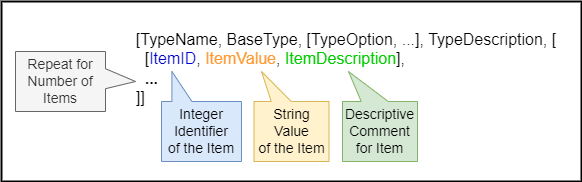
Above: images/JADN-with-items-json.drawio.png in oasis-tcs/openc2-jadn-im (draw.io), before the change. Source tidied: cells renumbered, new cells last; positions are measured from the earlier drawing's top-left corner, leaving out a move shared by most shapes.
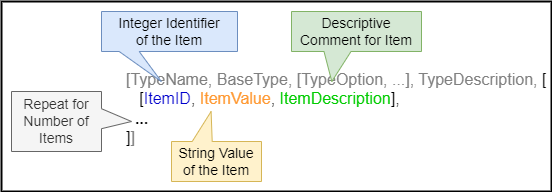
After the commit.

The edit, as a diff of the source:
```diff
@@ -3,22 +3,22 @@
     <mxCell id="0" />
     <mxCell id="1" parent="0" />
     <mxCell id="2" style="rounded=0;whiteSpace=wrap;html=1;fontSize=16;fontColor=#00CC00;fillColor=none;strokeWidth=2;" parent="1" vertex="1">
-      <mxGeometry width="580" height="180" as="geometry" />
+      <mxGeometry y="10" width="550" height="190" as="geometry" />
     </mxCell>
-    <mxCell id="3" value="[&lt;font style=&quot;font-size: 16px;&quot;&gt;TypeName&lt;/font&gt;, &lt;font style=&quot;font-size: 16px;&quot;&gt;BaseType&lt;/font&gt;, &lt;font style=&quot;font-size: 16px;&quot;&gt;[TypeOption, ...]&lt;/font&gt;, &lt;font style=&quot;font-size: 16px;&quot;&gt;TypeDescription&lt;/font&gt;, [&lt;br&gt;&lt;div style=&quot;text-align: left;&quot;&gt;&lt;span style=&quot;background-color: initial;&quot;&gt;&amp;nbsp;&amp;nbsp;&lt;/span&gt;&lt;font style=&quot;background-color: initial;&quot;&gt;[&lt;font color=&quot;#0000cc&quot;&gt;ItemID&lt;/font&gt;, &lt;font color=&quot;#ff9933&quot;&gt;ItemValue&lt;/font&gt;, &lt;font color=&quot;#00cc00&quot;&gt;ItemDescription&lt;/font&gt;],&lt;/font&gt;&lt;/div&gt;&lt;div style=&quot;text-align: left;&quot;&gt;&lt;span style=&quot;background-color: initial;&quot;&gt;&amp;nbsp; &lt;b&gt;...&lt;/b&gt;&lt;/span&gt;&lt;/div&gt;&lt;div style=&quot;text-align: left;&quot;&gt;&lt;span style=&quot;background-color: initial;&quot;&gt;]]&lt;/span&gt;&lt;/div&gt;" style="text;html=1;strokeColor=none;fillColor=none;align=center;verticalAlign=middle;whiteSpace=wrap;rounded=0;fontSize=16;" parent="1" vertex="1">
-      <mxGeometry x="110" y="52" width="470" height="30" as="geometry" />
+    <mxCell id="3" value="&lt;font color=&quot;#808080&quot;&gt;[&lt;font style=&quot;font-size: 16px;&quot;&gt;TypeName&lt;/font&gt;, &lt;font style=&quot;font-size: 16px;&quot;&gt;BaseType&lt;/font&gt;, &lt;font style=&quot;font-size: 16px;&quot;&gt;[TypeOption, ...]&lt;/font&gt;, &lt;font style=&quot;font-size: 16px;&quot;&gt;TypeDescription&lt;/font&gt;, &lt;/font&gt;[&lt;br&gt;&lt;div style=&quot;&quot;&gt;&lt;span style=&quot;background-color: initial;&quot;&gt;&amp;nbsp;&amp;nbsp;&lt;/span&gt;&lt;font style=&quot;background-color: initial;&quot;&gt;&amp;nbsp;[&lt;font color=&quot;#0000cc&quot;&gt;ItemID&lt;/font&gt;, &lt;font color=&quot;#ff9933&quot;&gt;ItemValue&lt;/font&gt;, &lt;font color=&quot;#00cc00&quot;&gt;ItemDescription&lt;/font&gt;],&lt;/font&gt;&lt;/div&gt;&lt;div style=&quot;&quot;&gt;&lt;span style=&quot;background-color: initial;&quot;&gt;&amp;nbsp; &lt;b&gt;...&lt;/b&gt;&lt;/span&gt;&lt;/div&gt;&lt;div style=&quot;&quot;&gt;&lt;span style=&quot;background-color: initial;&quot;&gt;]&lt;font color=&quot;#808080&quot;&gt;]&lt;/font&gt;&lt;/span&gt;&lt;/div&gt;" style="text;html=1;strokeColor=none;fillColor=none;align=left;verticalAlign=middle;whiteSpace=wrap;rounded=0;fontSize=16;" parent="1" vertex="1">
+      <mxGeometry x="123" y="102" width="427" height="30" as="geometry" />
     </mxCell>
+    <mxCell id="7" value="Repeat for Number of Items" style="shape=callout;whiteSpace=wrap;html=1;perimeter=calloutPerimeter;fontSize=14;fillColor=#f5f5f5;strokeColor=#666666;flipV=0;size=30;position=0.38;position2=0.5;fontColor=#333333;direction=north;" parent="1" vertex="1">
+      <mxGeometry x="10" y="100" width="120" height="60" as="geometry" />
+    </mxCell>
-    <mxCell id="4" value="String Value &lt;br&gt;of the Item" style="shape=callout;whiteSpace=wrap;html=1;perimeter=calloutPerimeter;fontSize=14;fillColor=#fff2cc;strokeColor=#d6b656;position2=0.1;flipV=1;base=20;size=30;position=0.23;" parent="1" vertex="1">
-      <mxGeometry x="252.5" y="70" width="75" height="90" as="geometry" />
+    <mxCell id="4" value="String Value&lt;br&gt;of the Item" style="shape=callout;whiteSpace=wrap;html=1;perimeter=calloutPerimeter;fontSize=14;fillColor=#fff2cc;strokeColor=#d6b656;position2=0.44;flipV=1;base=20;size=30;position=0.23;" parent="1" vertex="1">
+      <mxGeometry x="170" y="120" width="90" height="70" as="geometry" />
     </mxCell>
-    <mxCell id="5" value="Integer Identifier &lt;br&gt;of the Item" style="shape=callout;whiteSpace=wrap;html=1;perimeter=calloutPerimeter;fontSize=14;fillColor=#dae8fc;strokeColor=#6c8ebf;flipV=1;size=30;position=0.13;position2=0.13;" parent="1" vertex="1">
-      <mxGeometry x="160" y="70" width="80" height="90" as="geometry" />
+    <mxCell id="5" value="Integer Identifier &lt;br&gt;of the Item" style="shape=callout;whiteSpace=wrap;html=1;perimeter=calloutPerimeter;fontSize=14;fillColor=#dae8fc;strokeColor=#6c8ebf;flipV=0;size=30;position=0.13;position2=0.44;" parent="1" vertex="1">
+      <mxGeometry x="100" y="20" width="136" height="70" as="geometry" />
     </mxCell>
-    <mxCell id="6" value="Descriptive Comment for Item" style="shape=callout;whiteSpace=wrap;html=1;perimeter=calloutPerimeter;fontSize=14;fillColor=#d5e8d4;strokeColor=#82b366;flipV=1;size=30;position=0.25;base=27;position2=0.08;" parent="1" vertex="1">
-      <mxGeometry x="341" y="70" width="75" height="90" as="geometry" />
+    <mxCell id="6" value="Descriptive Comment for Item" style="shape=callout;whiteSpace=wrap;html=1;perimeter=calloutPerimeter;fontSize=14;fillColor=#d5e8d4;strokeColor=#82b366;flipV=0;size=30;position=0.25;base=27;position2=0.31;" parent="1" vertex="1">
+      <mxGeometry x="290" y="20" width="130" height="70" as="geometry" />
     </mxCell>
-    <mxCell id="7" value="Repeat for Number of Items" style="shape=callout;whiteSpace=wrap;html=1;perimeter=calloutPerimeter;fontSize=14;fillColor=#f5f5f5;strokeColor=#666666;flipV=0;size=30;position=0.38;position2=0.5;fontColor=#333333;direction=north;" parent="1" vertex="1">
-      <mxGeometry x="14" y="50" width="120" height="60" as="geometry" />
-    </mxCell>
   </root>
 </mxGraphModel>
```
